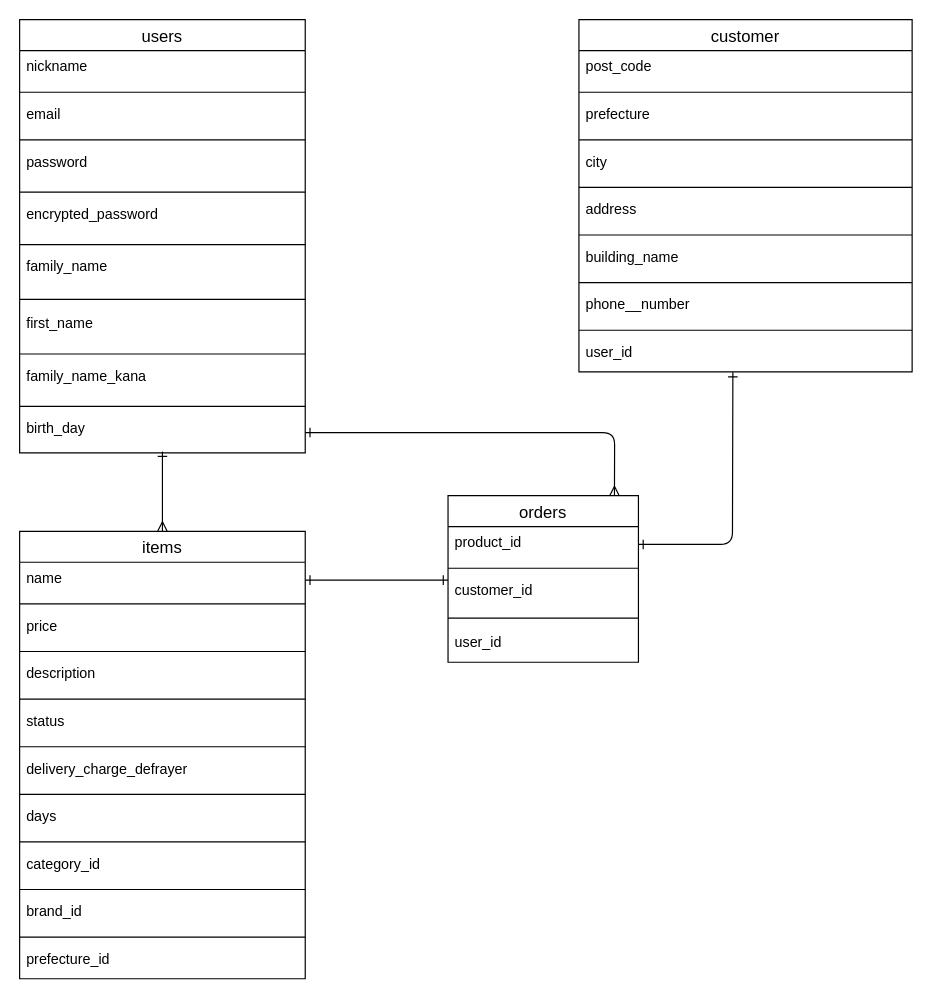
This is furima.dio from dadadasouta/furima-38457, a draw.io file, before an edit. Source tidied: cells renumbered, new cells numbered last; positions are measured from the earlier drawing's top-left corner, leaving out a move shared by most shapes. Both pictures are drawn from the tidied source at 119%, with x=0, y=0 at pixel (19, 19).
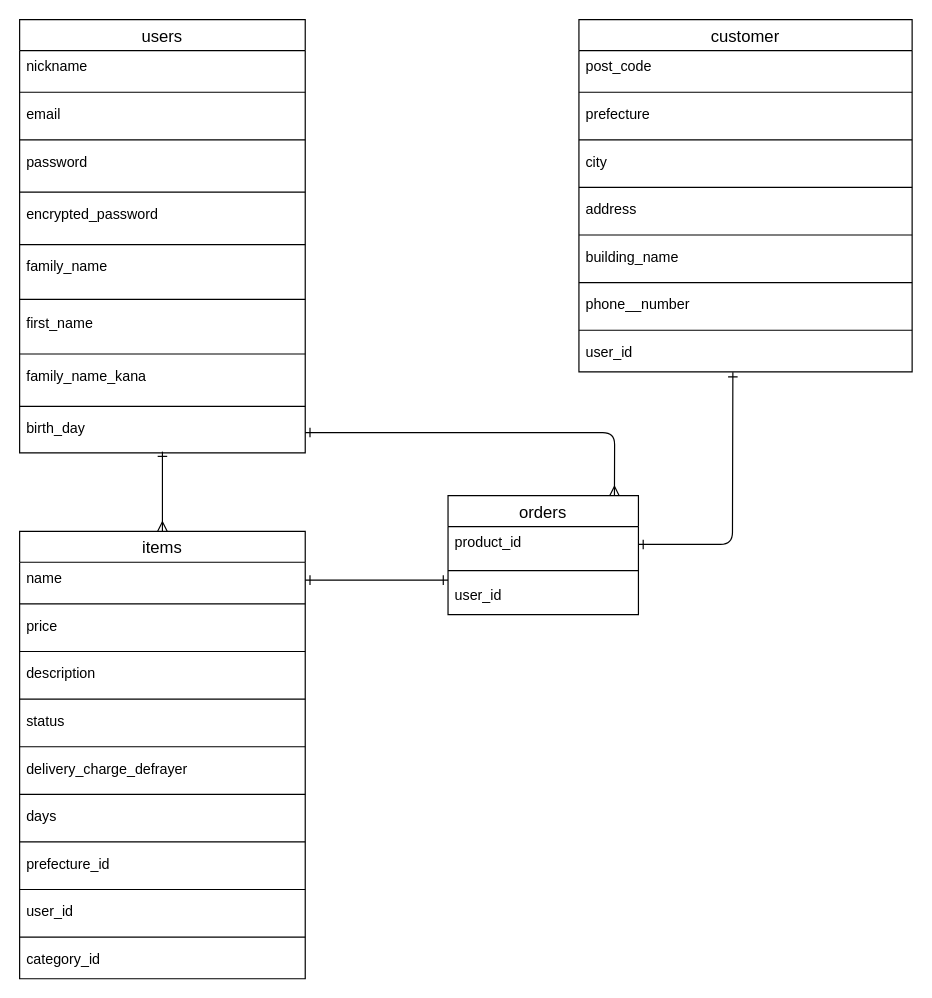
The same diagram, later.

Commit message (it also covers changes not shown here):
データベース設計４

The change refers to these unchanged cells:
```xml
<mxCell id="19" value="items" style="swimlane;fontStyle=0;horizontal=1;startSize=26;align=center;fontSize=14;" parent="1" vertex="1">
  <mxGeometry y="430" width="240" height="376" as="geometry" />
</mxCell>
```

The edit, as a diff of the source:
```diff
@@
-    <mxCell id="31" style="line;strokeWidth=1;dashed=0;labelPosition=right;align=left;verticalAlign=middle;spacingTop=0;spacingLeft=6;" parent="19" vertex="1">
-      <mxGeometry y="256" width="240" height="10" as="geometry" />
-    </mxCell>
-    <mxCell id="32" value="category_id" style="text;strokeColor=none;fillColor=none;spacingLeft=4;spacingRight=4;overflow=hidden;fontSize=12;" parent="19" vertex="1">
-      <mxGeometry y="266" width="240" height="30" as="geometry" />
-    </mxCell>
-    <mxCell id="33" style="line;strokeWidth=1;dashed=0;labelPosition=right;align=left;verticalAlign=middle;spacingTop=0;spacingLeft=6;" parent="19" vertex="1">
-      <mxGeometry y="296" width="240" height="10" as="geometry" />
-    </mxCell>
-    <mxCell id="34" value="brand_id" style="text;strokeColor=none;fillColor=none;spacingLeft=4;spacingRight=4;overflow=hidden;fontSize=12;" parent="19" vertex="1">
-      <mxGeometry y="306" width="240" height="30" as="geometry" />
-    </mxCell>
     <mxCell id="35" style="line;strokeWidth=1;dashed=0;labelPosition=right;align=left;verticalAlign=middle;spacingTop=0;spacingLeft=6;" parent="19" vertex="1">
-      <mxGeometry y="336" width="240" height="10" as="geometry" />
+      <mxGeometry y="256" width="240" height="10" as="geometry" />
     </mxCell>
     <mxCell id="36" value="prefecture_id" style="text;strokeColor=none;fillColor=none;spacingLeft=4;spacingRight=4;overflow=hidden;fontSize=12;" parent="19" vertex="1">
-      <mxGeometry y="346" width="240" height="30" as="geometry" />
+      <mxGeometry y="266" width="240" height="30" as="geometry" />
     </mxCell>
+    <mxCell id="33" style="line;strokeWidth=1;dashed=0;labelPosition=right;align=left;verticalAlign=middle;spacingTop=0;spacingLeft=6;" parent="19" vertex="1">
+      <mxGeometry y="296" width="240" height="10" as="geometry" />
+    </mxCell>
+    <mxCell id="60" value="user_id" style="text;strokeColor=none;fillColor=none;spacingLeft=4;spacingRight=4;overflow=hidden;fontSize=12;" parent="19" vertex="1">
+      <mxGeometry y="306" width="240" height="30" as="geometry" />
+    </mxCell>
+    <mxCell id="61" style="line;strokeWidth=1;dashed=0;labelPosition=right;align=left;verticalAlign=middle;spacingTop=0;spacingLeft=6;" parent="19" vertex="1">
+      <mxGeometry y="336" width="240" height="10" as="geometry" />
+    </mxCell>
+    <mxCell id="32" value="category_id" style="text;strokeColor=none;fillColor=none;spacingLeft=4;spacingRight=4;overflow=hidden;fontSize=12;" parent="19" vertex="1">
+      <mxGeometry y="346" width="240" height="30" as="geometry" />
+    </mxCell>
@@
     <mxCell id="52" value="orders" style="swimlane;fontStyle=0;horizontal=1;startSize=26;align=center;fontSize=14;" parent="1" vertex="1">
-      <mxGeometry x="360" y="400" width="160" height="140" as="geometry" />
+      <mxGeometry x="360" y="400" width="160" height="100" as="geometry" />
     </mxCell>
@@
-    <mxCell id="54" style="line;strokeWidth=1;dashed=0;labelPosition=right;align=left;verticalAlign=middle;spacingTop=0;spacingLeft=6;" parent="52" vertex="1">
-      <mxGeometry y="56" width="160" height="10" as="geometry" />
-    </mxCell>
-    <mxCell id="55" value="customer_id" style="text;strokeColor=none;fillColor=none;spacingLeft=4;spacingRight=4;overflow=hidden;fontSize=12;" parent="52" vertex="1">
-      <mxGeometry y="66" width="160" height="30" as="geometry" />
-    </mxCell>
     <mxCell id="56" style="line;strokeWidth=1;dashed=0;labelPosition=right;align=left;verticalAlign=middle;spacingTop=0;spacingLeft=6;" parent="52" vertex="1">
-      <mxGeometry y="96" width="160" height="14" as="geometry" />
+      <mxGeometry y="56" width="160" height="14" as="geometry" />
     </mxCell>
     <mxCell id="57" value="user_id" style="text;strokeColor=none;fillColor=none;spacingLeft=4;spacingRight=4;overflow=hidden;fontSize=12;" parent="52" vertex="1">
-      <mxGeometry y="110" width="160" height="30" as="geometry" />
+      <mxGeometry y="70" width="160" height="30" as="geometry" />
     </mxCell>
```
